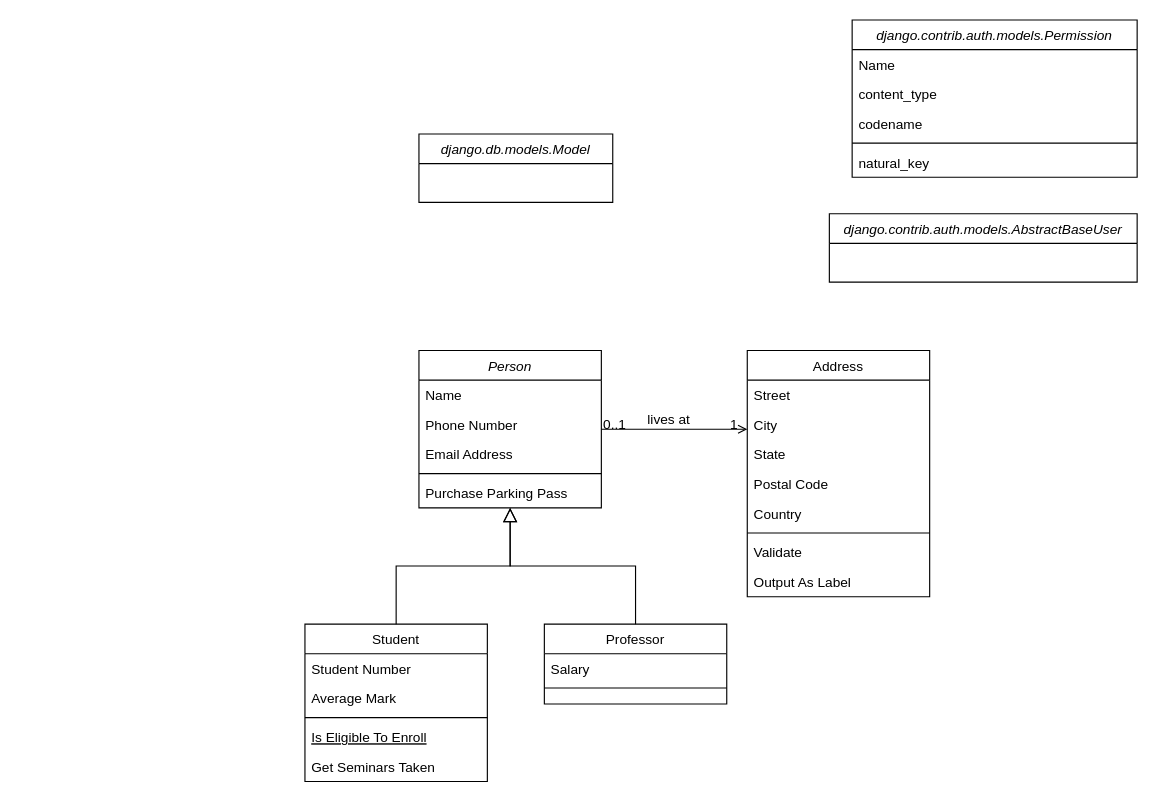
This is HIS-RBAC-Models.drawio from YuanchenZhu2020/DrawIO, a draw.io file, before an edit. Source tidied: cells renumbered, new cells numbered last; positions are measured from the earlier drawing's top-left corner, leaving out a move shared by most shapes. Both pictures are drawn from the tidied source at 114%, with x=0, y=0 at pixel (304, 19).
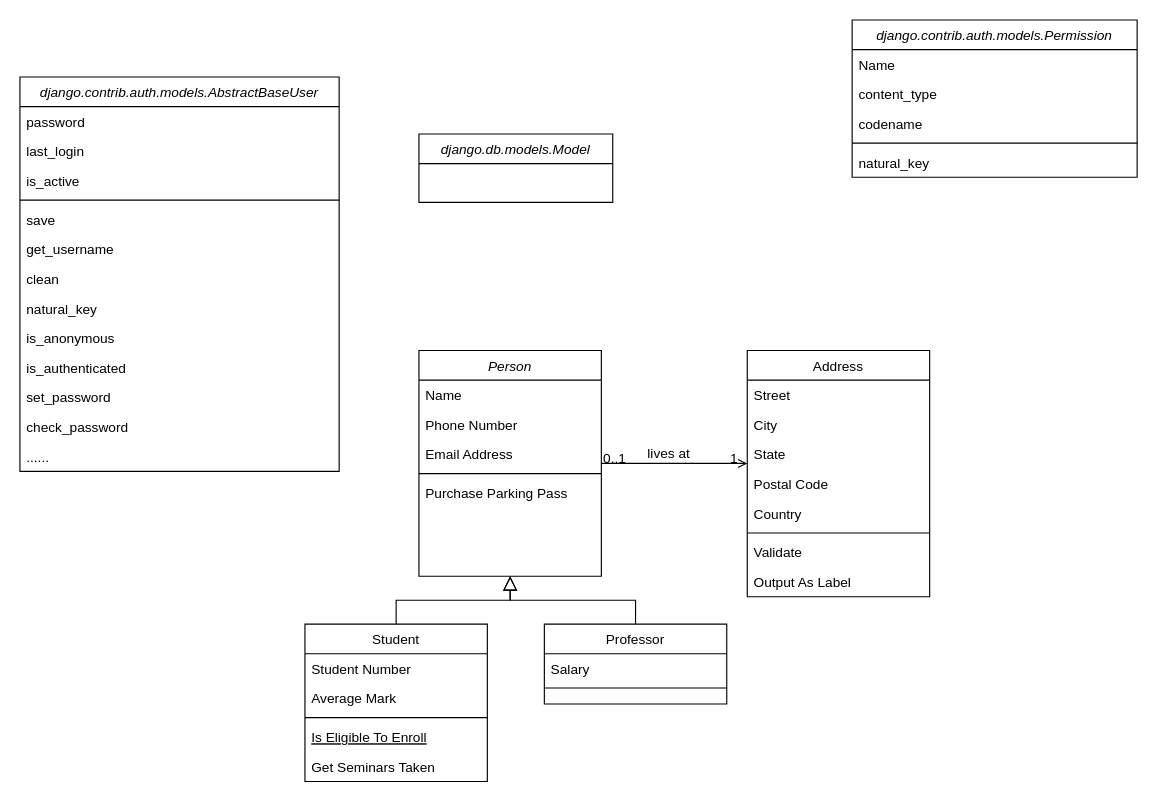
The same diagram, later.

What changed in the source:
```diff
@@
     <mxCell id="2" value="Person" style="swimlane;fontStyle=2;align=center;verticalAlign=top;horizontal=1;startSize=26;rounded=0;shadow=0;strokeWidth=1;" parent="1" vertex="1">
-      <mxGeometry x="100" y="290" width="160" height="138" as="geometry" />
+      <mxGeometry x="100" y="290" width="160" height="198" as="geometry" />
     </mxCell>
@@
     <mxCell id="33" value="django.contrib.auth.models.AbstractBaseUser" style="swimlane;fontStyle=2;align=center;verticalAlign=top;horizontal=1;startSize=26;rounded=0;shadow=0;strokeWidth=1;" parent="1" vertex="1">
-      <mxGeometry x="460" y="170" width="270" height="60" as="geometry" />
+      <mxGeometry x="-250" y="50" width="280" height="346" as="geometry" />
     </mxCell>
+    <mxCell id="40" value="password" style="text;align=left;verticalAlign=top;spacingLeft=4;spacingRight=4;overflow=hidden;" parent="33" vertex="1">
+      <mxGeometry y="26" width="280" height="26" as="geometry" />
+    </mxCell>
+    <mxCell id="41" value="last_login" style="text;align=left;verticalAlign=top;spacingLeft=4;spacingRight=4;overflow=hidden;" parent="33" vertex="1">
+      <mxGeometry y="52" width="280" height="26" as="geometry" />
+    </mxCell>
+    <mxCell id="42" value="is_active" style="text;align=left;verticalAlign=top;spacingLeft=4;spacingRight=4;overflow=hidden;" parent="33" vertex="1">
+      <mxGeometry y="78" width="280" height="26" as="geometry" />
+    </mxCell>
+    <mxCell id="43" style="line;html=1;strokeWidth=1;align=left;verticalAlign=middle;spacingTop=-1;spacingLeft=3;spacingRight=3;labelPosition=right;" parent="33" vertex="1">
+      <mxGeometry y="104" width="280" height="8" as="geometry" />
+    </mxCell>
+    <mxCell id="44" value="save" style="text;align=left;verticalAlign=top;spacingLeft=4;spacingRight=4;overflow=hidden;" parent="33" vertex="1">
+      <mxGeometry y="112" width="280" height="26" as="geometry" />
+    </mxCell>
+    <mxCell id="45" value="get_username" style="text;align=left;verticalAlign=top;spacingLeft=4;spacingRight=4;overflow=hidden;" parent="33" vertex="1">
+      <mxGeometry y="138" width="280" height="26" as="geometry" />
+    </mxCell>
+    <mxCell id="46" value="clean" style="text;align=left;verticalAlign=top;spacingLeft=4;spacingRight=4;overflow=hidden;" parent="33" vertex="1">
+      <mxGeometry y="164" width="280" height="26" as="geometry" />
+    </mxCell>
+    <mxCell id="47" value="natural_key" style="text;align=left;verticalAlign=top;spacingLeft=4;spacingRight=4;overflow=hidden;" parent="33" vertex="1">
+      <mxGeometry y="190" width="280" height="26" as="geometry" />
+    </mxCell>
+    <mxCell id="48" value="is_anonymous" style="text;align=left;verticalAlign=top;spacingLeft=4;spacingRight=4;overflow=hidden;" parent="33" vertex="1">
+      <mxGeometry y="216" width="280" height="26" as="geometry" />
+    </mxCell>
+    <mxCell id="49" value="is_authenticated" style="text;align=left;verticalAlign=top;spacingLeft=4;spacingRight=4;overflow=hidden;" parent="33" vertex="1">
+      <mxGeometry y="242" width="280" height="26" as="geometry" />
+    </mxCell>
+    <mxCell id="50" value="set_password" style="text;align=left;verticalAlign=top;spacingLeft=4;spacingRight=4;overflow=hidden;" parent="33" vertex="1">
+      <mxGeometry y="268" width="280" height="26" as="geometry" />
+    </mxCell>
+    <mxCell id="51" value="check_password" style="text;align=left;verticalAlign=top;spacingLeft=4;spacingRight=4;overflow=hidden;" parent="33" vertex="1">
+      <mxGeometry y="294" width="280" height="26" as="geometry" />
+    </mxCell>
+    <mxCell id="52" value="......" style="text;align=left;verticalAlign=top;spacingLeft=4;spacingRight=4;overflow=hidden;" parent="33" vertex="1">
+      <mxGeometry y="320" width="280" height="26" as="geometry" />
+    </mxCell>
```
